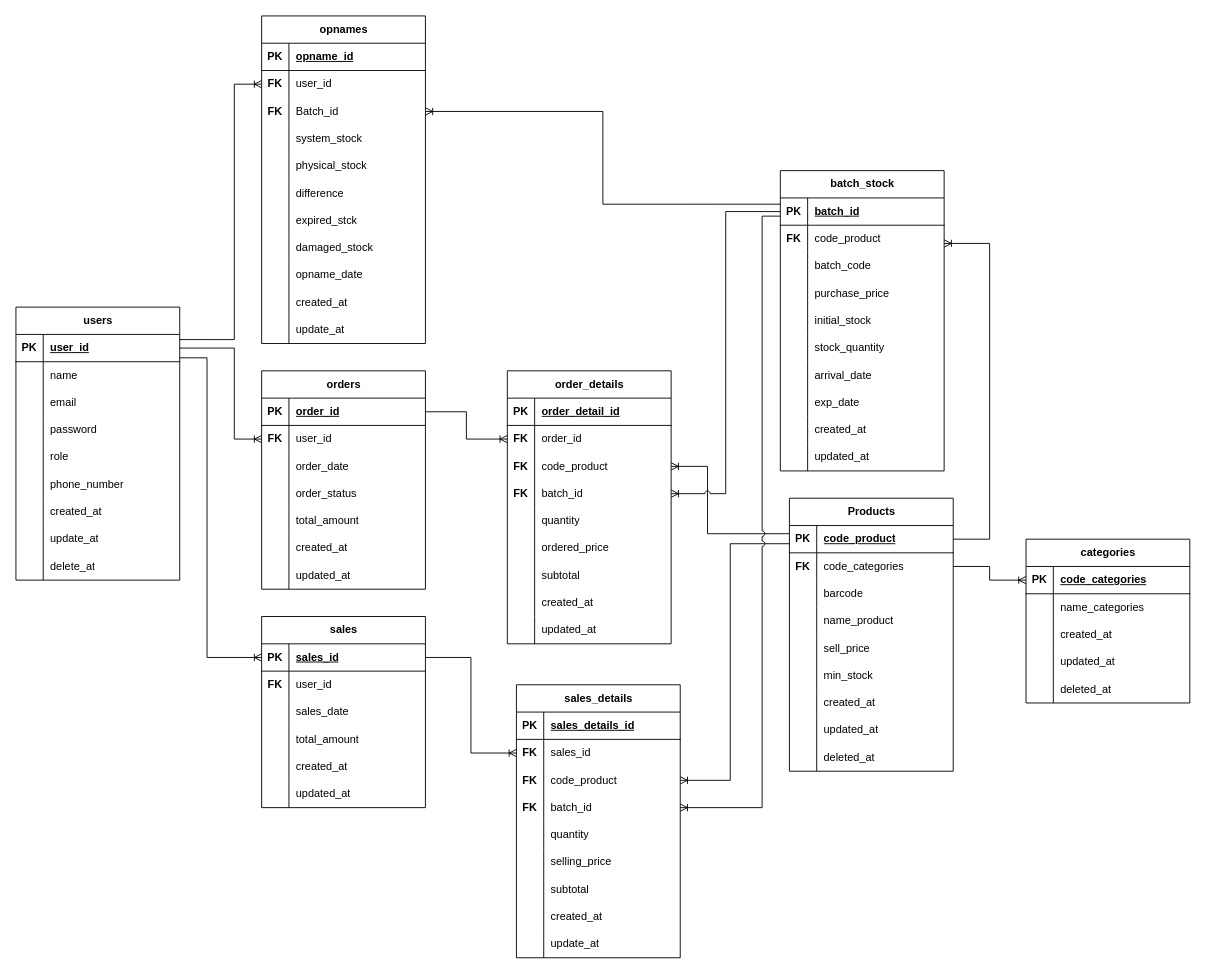
Earlier version of the draw.io diagram page "Konseptual-fix" (6 of 9) of SIOPS/All Diagram.drawio (KadekYuda/SIOPS). Source tidied: cells renumbered, new cells numbered last; positions are measured from the earlier drawing's top-left corner, leaving out a move shared by most shapes. Both pictures are drawn from the tidied source at 91%, with x=0, y=0 at pixel (15, 15).
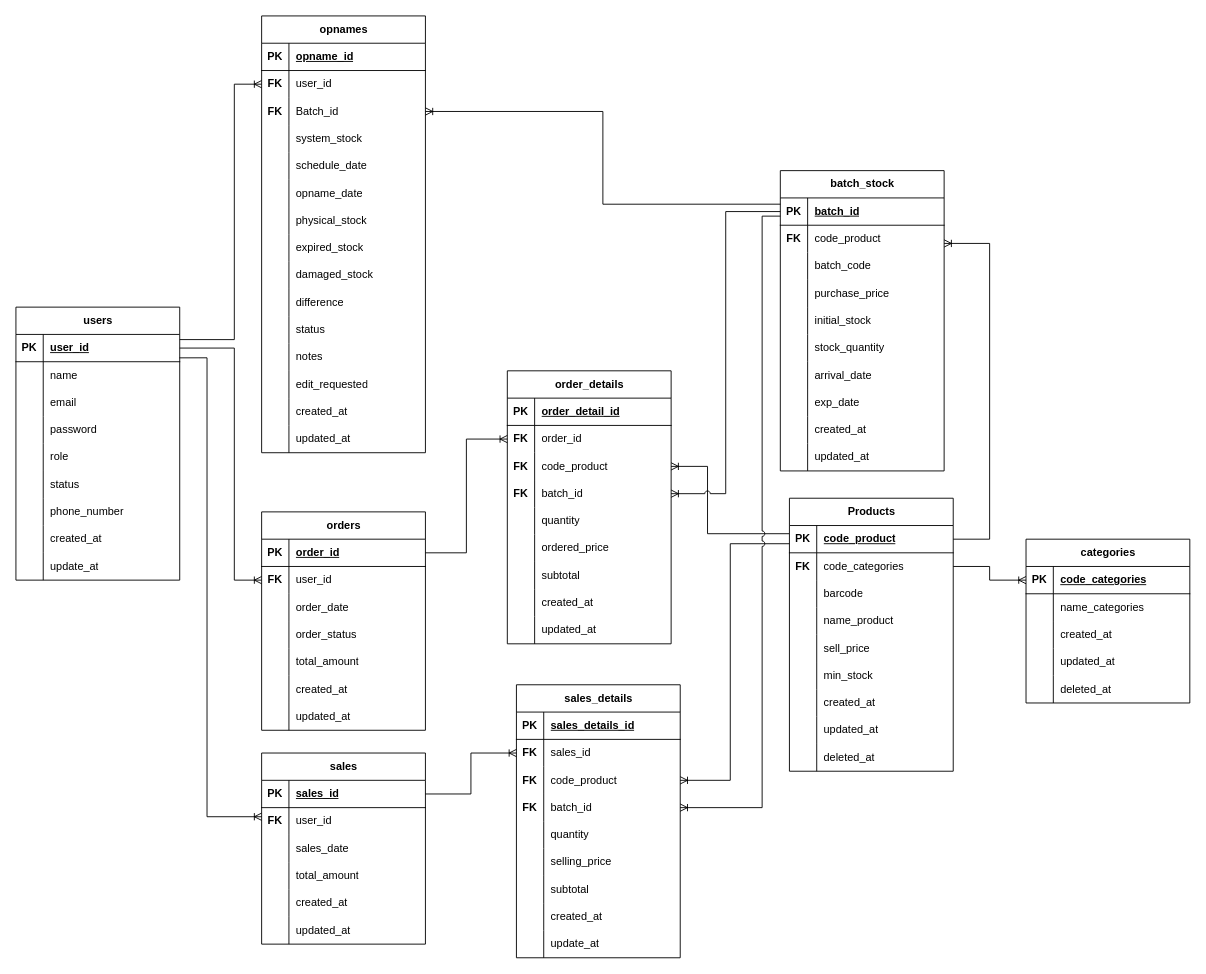
The same diagram, later.

The change refers to these unchanged cells:
```xml
<mxCell id="2" value="users" style="shape=table;startSize=30;childLayout=tableLayout;rowLines=0;fontStyle=1;align=center;html=1;" parent="1" vertex="1">
  <mxGeometry y="320" width="180" height="300" as="geometry" />
</mxCell>
<mxCell id="3" style="shape=tableRow;horizontal=0;startSize=0;swimlaneHead=0;swimlaneBody=0;fillColor=none;points=[[0,0.5],[1,0.5]];portConstraint=eastwest;top=0;left=0;right=0;bottom=1;" parent="2" vertex="1">
  <mxGeometry y="30" width="180" height="30" as="geometry" />
</mxCell>
<mxCell id="34" style="shape=tableRow;horizontal=0;startSize=0;swimlaneHead=0;swimlaneBody=0;fillColor=none;points=[[0,0.5],[1,0.5]];portConstraint=eastwest;top=0;left=0;right=0;bottom=0;" parent="30" vertex="1">
  <mxGeometry y="60" width="180" height="30" as="geometry" />
</mxCell>
<mxCell id="163" style="shape=tableRow;horizontal=0;startSize=0;swimlaneHead=0;swimlaneBody=0;fillColor=none;points=[[0,0.5],[1,0.5]];portConstraint=eastwest;top=0;left=0;right=0;bottom=1;" parent="162" vertex="1">
  <mxGeometry y="30" width="180" height="30" as="geometry" />
</mxCell>
<mxCell id="166" style="shape=tableRow;horizontal=0;startSize=0;swimlaneHead=0;swimlaneBody=0;fillColor=none;points=[[0,0.5],[1,0.5]];portConstraint=eastwest;top=0;left=0;right=0;bottom=0;" parent="162" vertex="1">
  <mxGeometry y="60" width="180" height="30" as="geometry" />
</mxCell>
```

What changed in the source:
```diff
@@
+    <mxCell id="248" style="shape=tableRow;horizontal=0;startSize=0;swimlaneHead=0;swimlaneBody=0;fillColor=none;top=0;left=0;right=0;bottom=0;" parent="2" vertex="1">
+      <mxGeometry y="180" width="180" height="30" as="geometry" />
+    </mxCell>
+    <mxCell id="249" style="shape=partialRectangle;fillColor=none;top=0;left=0;bottom=0;right=0;overflow=hidden;whiteSpace=wrap;html=1;" parent="248" vertex="1">
+      <mxGeometry width="30" height="30" as="geometry" />
+    </mxCell>
+    <mxCell id="250" value="status" style="shape=partialRectangle;fillColor=none;top=0;left=0;bottom=0;right=0;align=left;spacingLeft=6;overflow=hidden;whiteSpace=wrap;html=1;" parent="248" vertex="1">
+      <mxGeometry x="30" width="150" height="30" as="geometry" />
+    </mxCell>
     <mxCell id="18" style="shape=tableRow;horizontal=0;startSize=0;swimlaneHead=0;swimlaneBody=0;fillColor=none;top=0;left=0;right=0;bottom=0;" parent="2" vertex="1">
-      <mxGeometry y="180" width="180" height="30" as="geometry" />
+      <mxGeometry y="210" width="180" height="30" as="geometry" />
     </mxCell>
@@
     <mxCell id="21" style="shape=tableRow;horizontal=0;startSize=0;swimlaneHead=0;swimlaneBody=0;fillColor=none;top=0;left=0;right=0;bottom=0;" parent="2" vertex="1">
-      <mxGeometry y="210" width="180" height="30" as="geometry" />
+      <mxGeometry y="240" width="180" height="30" as="geometry" />
     </mxCell>
@@
     <mxCell id="24" style="shape=tableRow;horizontal=0;startSize=0;swimlaneHead=0;swimlaneBody=0;fillColor=none;top=0;left=0;right=0;bottom=0;" parent="2" vertex="1">
-      <mxGeometry y="240" width="180" height="30" as="geometry" />
+      <mxGeometry y="270" width="180" height="30" as="geometry" />
     </mxCell>
@@
-    <mxCell id="27" style="shape=tableRow;horizontal=0;startSize=0;swimlaneHead=0;swimlaneBody=0;fillColor=none;top=0;left=0;right=0;bottom=0;" parent="2" vertex="1">
-      <mxGeometry y="270" width="180" height="30" as="geometry" />
-    </mxCell>
-    <mxCell id="28" style="shape=partialRectangle;fillColor=none;top=0;left=0;bottom=0;right=0;overflow=hidden;whiteSpace=wrap;html=1;" parent="27" vertex="1">
-      <mxGeometry width="30" height="30" as="geometry" />
-    </mxCell>
-    <mxCell id="29" value="delete_at" style="shape=partialRectangle;fillColor=none;top=0;left=0;bottom=0;right=0;align=left;spacingLeft=6;overflow=hidden;whiteSpace=wrap;html=1;" parent="27" vertex="1">
-      <mxGeometry x="30" width="150" height="30" as="geometry" />
-    </mxCell>
     <mxCell id="30" value="orders" style="shape=table;startSize=30;childLayout=tableLayout;rowLines=0;fontStyle=1;align=center;html=1;" parent="1" vertex="1">
-      <mxGeometry x="270" y="390" width="180" height="240" as="geometry" />
+      <mxGeometry x="270" y="545" width="180" height="240" as="geometry" />
     </mxCell>
@@
-    <mxCell id="52" style="edgeStyle=orthogonalEdgeStyle;fontSize=12;html=1;endArrow=ERoneToMany;rounded=0;exitX=0.998;exitY=0.858;exitDx=0;exitDy=0;exitPerimeter=0;" parent="1" edge="1" source="3" target="163">
+    <mxCell id="52" style="edgeStyle=orthogonalEdgeStyle;fontSize=12;html=1;endArrow=ERoneToMany;rounded=0;exitX=0.998;exitY=0.858;exitDx=0;exitDy=0;exitPerimeter=0;" parent="1" edge="1" source="3" target="166">
       <mxGeometry relative="1" as="geometry">
         <Array as="points">
           <mxPoint x="210" y="376" />
-          <mxPoint x="210" y="705" />
+          <mxPoint x="210" y="880" />
         </Array>
       </mxGeometry>
     </mxCell>
     <mxCell id="53" value="opnames" style="shape=table;startSize=30;childLayout=tableLayout;rowLines=0;fontStyle=1;align=center;html=1;" parent="1" vertex="1">
-      <mxGeometry x="270" width="180" height="360" as="geometry" />
+      <mxGeometry x="270" width="180" height="480" as="geometry" />
     </mxCell>
@@
+    <mxCell id="251" style="shape=tableRow;horizontal=0;startSize=0;swimlaneHead=0;swimlaneBody=0;fillColor=none;top=0;left=0;right=0;bottom=0;" parent="53" vertex="1">
+      <mxGeometry y="150" width="180" height="30" as="geometry" />
+    </mxCell>
+    <mxCell id="252" style="shape=partialRectangle;fillColor=none;top=0;left=0;bottom=0;right=0;overflow=hidden;whiteSpace=wrap;html=1;" parent="251" vertex="1">
+      <mxGeometry width="30" height="30" as="geometry" />
+    </mxCell>
+    <mxCell id="253" value="schedule_date" style="shape=partialRectangle;fillColor=none;top=0;left=0;bottom=0;right=0;align=left;spacingLeft=6;overflow=hidden;whiteSpace=wrap;html=1;" parent="251" vertex="1">
+      <mxGeometry x="30" width="150" height="30" as="geometry" />
+    </mxCell>
+    <mxCell id="254" style="shape=tableRow;horizontal=0;startSize=0;swimlaneHead=0;swimlaneBody=0;fillColor=none;top=0;left=0;right=0;bottom=0;" parent="53" vertex="1">
+      <mxGeometry y="180" width="180" height="30" as="geometry" />
+    </mxCell>
+    <mxCell id="255" style="shape=partialRectangle;fillColor=none;top=0;left=0;bottom=0;right=0;overflow=hidden;whiteSpace=wrap;html=1;" parent="254" vertex="1">
+      <mxGeometry width="30" height="30" as="geometry" />
+    </mxCell>
+    <mxCell id="256" value="opname_date" style="shape=partialRectangle;fillColor=none;top=0;left=0;bottom=0;right=0;align=left;spacingLeft=6;overflow=hidden;whiteSpace=wrap;html=1;" parent="254" vertex="1">
+      <mxGeometry x="30" width="150" height="30" as="geometry" />
+    </mxCell>
     <mxCell id="66" style="shape=tableRow;horizontal=0;startSize=0;swimlaneHead=0;swimlaneBody=0;fillColor=none;top=0;left=0;right=0;bottom=0;" parent="53" vertex="1">
-      <mxGeometry y="150" width="180" height="30" as="geometry" />
+      <mxGeometry y="210" width="180" height="30" as="geometry" />
     </mxCell>
@@
     <mxCell id="69" style="shape=tableRow;horizontal=0;startSize=0;swimlaneHead=0;swimlaneBody=0;fillColor=none;top=0;left=0;right=0;bottom=0;" parent="53" vertex="1">
-      <mxGeometry y="180" width="180" height="30" as="geometry" />
+      <mxGeometry y="240" width="180" height="30" as="geometry" />
     </mxCell>
@@
-    <mxCell id="71" value="difference" style="shape=partialRectangle;fillColor=none;top=0;left=0;bottom=0;right=0;align=left;spacingLeft=6;overflow=hidden;whiteSpace=wrap;html=1;" parent="69" vertex="1">
+    <mxCell id="71" value="expired_stock" style="shape=partialRectangle;fillColor=none;top=0;left=0;bottom=0;right=0;align=left;spacingLeft=6;overflow=hidden;whiteSpace=wrap;html=1;" parent="69" vertex="1">
       <mxGeometry x="30" width="150" height="30" as="geometry" />
     </mxCell>
     <mxCell id="72" style="shape=tableRow;horizontal=0;startSize=0;swimlaneHead=0;swimlaneBody=0;fillColor=none;top=0;left=0;right=0;bottom=0;" parent="53" vertex="1">
-      <mxGeometry y="210" width="180" height="30" as="geometry" />
+      <mxGeometry y="270" width="180" height="30" as="geometry" />
     </mxCell>
@@
-    <mxCell id="74" value="expired_stck" style="shape=partialRectangle;fillColor=none;top=0;left=0;bottom=0;right=0;align=left;spacingLeft=6;overflow=hidden;whiteSpace=wrap;html=1;" parent="72" vertex="1">
+    <mxCell id="74" value="damaged_stock" style="shape=partialRectangle;fillColor=none;top=0;left=0;bottom=0;right=0;align=left;spacingLeft=6;overflow=hidden;whiteSpace=wrap;html=1;" parent="72" vertex="1">
       <mxGeometry x="30" width="150" height="30" as="geometry" />
     </mxCell>
     <mxCell id="75" style="shape=tableRow;horizontal=0;startSize=0;swimlaneHead=0;swimlaneBody=0;fillColor=none;top=0;left=0;right=0;bottom=0;" parent="53" vertex="1">
-      <mxGeometry y="240" width="180" height="30" as="geometry" />
+      <mxGeometry y="300" width="180" height="30" as="geometry" />
     </mxCell>
@@
-    <mxCell id="77" value="damaged_stock" style="shape=partialRectangle;fillColor=none;top=0;left=0;bottom=0;right=0;align=left;spacingLeft=6;overflow=hidden;whiteSpace=wrap;html=1;" parent="75" vertex="1">
+    <mxCell id="77" value="difference" style="shape=partialRectangle;fillColor=none;top=0;left=0;bottom=0;right=0;align=left;spacingLeft=6;overflow=hidden;whiteSpace=wrap;html=1;" parent="75" vertex="1">
       <mxGeometry x="30" width="150" height="30" as="geometry" />
     </mxCell>
     <mxCell id="78" style="shape=tableRow;horizontal=0;startSize=0;swimlaneHead=0;swimlaneBody=0;fillColor=none;top=0;left=0;right=0;bottom=0;" parent="53" vertex="1">
-      <mxGeometry y="270" width="180" height="30" as="geometry" />
+      <mxGeometry y="330" width="180" height="30" as="geometry" />
     </mxCell>
@@
-    <mxCell id="80" value="opname_date" style="shape=partialRectangle;fillColor=none;top=0;left=0;bottom=0;right=0;align=left;spacingLeft=6;overflow=hidden;whiteSpace=wrap;html=1;" parent="78" vertex="1">
+    <mxCell id="80" value="status" style="shape=partialRectangle;fillColor=none;top=0;left=0;bottom=0;right=0;align=left;spacingLeft=6;overflow=hidden;whiteSpace=wrap;html=1;" parent="78" vertex="1">
       <mxGeometry x="30" width="150" height="30" as="geometry" />
     </mxCell>
     <mxCell id="81" style="shape=tableRow;horizontal=0;startSize=0;swimlaneHead=0;swimlaneBody=0;fillColor=none;top=0;left=0;right=0;bottom=0;" parent="53" vertex="1">
-      <mxGeometry y="300" width="180" height="30" as="geometry" />
+      <mxGeometry y="360" width="180" height="30" as="geometry" />
     </mxCell>
@@
-    <mxCell id="83" value="created_at" style="shape=partialRectangle;fillColor=none;top=0;left=0;bottom=0;right=0;align=left;spacingLeft=6;overflow=hidden;whiteSpace=wrap;html=1;" parent="81" vertex="1">
+    <mxCell id="83" value="notes" style="shape=partialRectangle;fillColor=none;top=0;left=0;bottom=0;right=0;align=left;spacingLeft=6;overflow=hidden;whiteSpace=wrap;html=1;" parent="81" vertex="1">
       <mxGeometry x="30" width="150" height="30" as="geometry" />
     </mxCell>
     <mxCell id="84" style="shape=tableRow;horizontal=0;startSize=0;swimlaneHead=0;swimlaneBody=0;fillColor=none;top=0;left=0;right=0;bottom=0;" parent="53" vertex="1">
-      <mxGeometry y="330" width="180" height="30" as="geometry" />
+      <mxGeometry y="390" width="180" height="30" as="geometry" />
     </mxCell>
@@
-    <mxCell id="86" value="update_at" style="shape=partialRectangle;fillColor=none;top=0;left=0;bottom=0;right=0;align=left;spacingLeft=6;overflow=hidden;whiteSpace=wrap;html=1;" parent="84" vertex="1">
+    <mxCell id="86" value="edit_requested" style="shape=partialRectangle;fillColor=none;top=0;left=0;bottom=0;right=0;align=left;spacingLeft=6;overflow=hidden;whiteSpace=wrap;html=1;" parent="84" vertex="1">
       <mxGeometry x="30" width="150" height="30" as="geometry" />
     </mxCell>
+    <mxCell id="257" style="shape=tableRow;horizontal=0;startSize=0;swimlaneHead=0;swimlaneBody=0;fillColor=none;top=0;left=0;right=0;bottom=0;" parent="53" vertex="1">
+      <mxGeometry y="420" width="180" height="30" as="geometry" />
+    </mxCell>
+    <mxCell id="258" style="shape=partialRectangle;fillColor=none;top=0;left=0;bottom=0;right=0;overflow=hidden;whiteSpace=wrap;html=1;" parent="257" vertex="1">
+      <mxGeometry width="30" height="30" as="geometry" />
+    </mxCell>
+    <mxCell id="259" value="created_at" style="shape=partialRectangle;fillColor=none;top=0;left=0;bottom=0;right=0;align=left;spacingLeft=6;overflow=hidden;whiteSpace=wrap;html=1;" parent="257" vertex="1">
+      <mxGeometry x="30" width="150" height="30" as="geometry" />
+    </mxCell>
+    <mxCell id="260" style="shape=tableRow;horizontal=0;startSize=0;swimlaneHead=0;swimlaneBody=0;fillColor=none;top=0;left=0;right=0;bottom=0;" parent="53" vertex="1">
+      <mxGeometry y="450" width="180" height="30" as="geometry" />
+    </mxCell>
+    <mxCell id="261" style="shape=partialRectangle;fillColor=none;top=0;left=0;bottom=0;right=0;overflow=hidden;whiteSpace=wrap;html=1;" parent="260" vertex="1">
+      <mxGeometry width="30" height="30" as="geometry" />
+    </mxCell>
+    <mxCell id="262" value="updated_at" style="shape=partialRectangle;fillColor=none;top=0;left=0;bottom=0;right=0;align=left;spacingLeft=6;overflow=hidden;whiteSpace=wrap;html=1;" parent="260" vertex="1">
+      <mxGeometry x="30" width="150" height="30" as="geometry" />
+    </mxCell>
@@
     <mxCell id="162" value="sales" style="shape=table;startSize=30;childLayout=tableLayout;rowLines=0;fontStyle=1;align=center;html=1;" parent="1" vertex="1">
-      <mxGeometry x="270" y="660" width="180" height="210" as="geometry" />
+      <mxGeometry x="270" y="810" width="180" height="210" as="geometry" />
     </mxCell>
@@
     <mxCell id="239" style="edgeStyle=orthogonalEdgeStyle;fontSize=12;html=1;endArrow=ERoneToMany;rounded=0;exitX=1;exitY=0.5;exitDx=0;exitDy=0;" parent="1" edge="1" source="3" target="34">
       <mxGeometry relative="1" as="geometry">
         <Array as="points">
           <mxPoint x="240" y="365" />
-          <mxPoint x="240" y="465" />
+          <mxPoint x="240" y="620" />
         </Array>
       </mxGeometry>
     </mxCell>
```
